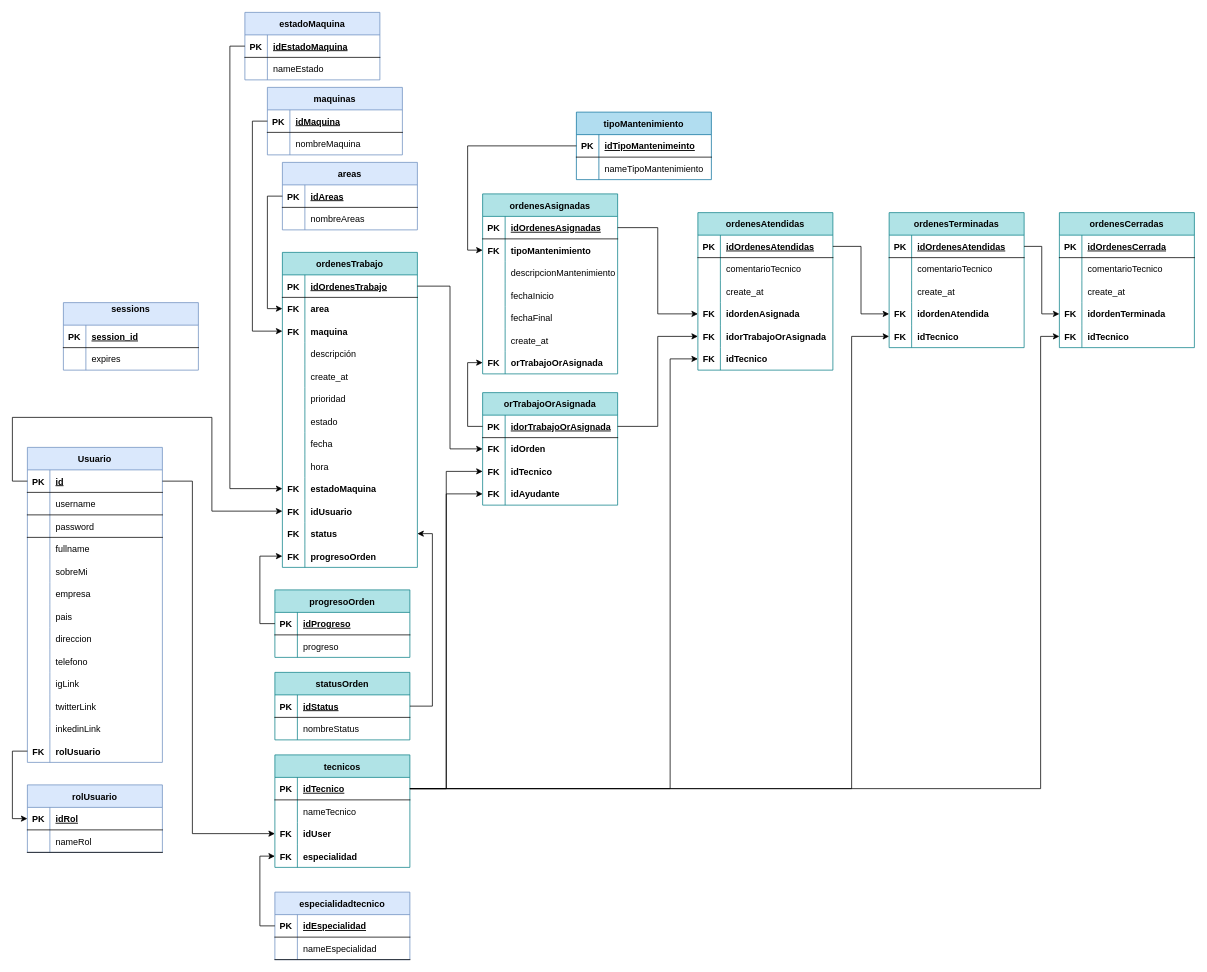
gitbatmanhub/CeroPapel keeps this draw.io diagram as database/bbdd.drawio. Above is the earlier version. Source tidied: cells renumbered, new cells numbered last; positions are measured from the earlier drawing's top-left corner, leaving out a move shared by most shapes. Both pictures are drawn from the tidied source at 75%, with x=0, y=0 at pixel (12, 12).
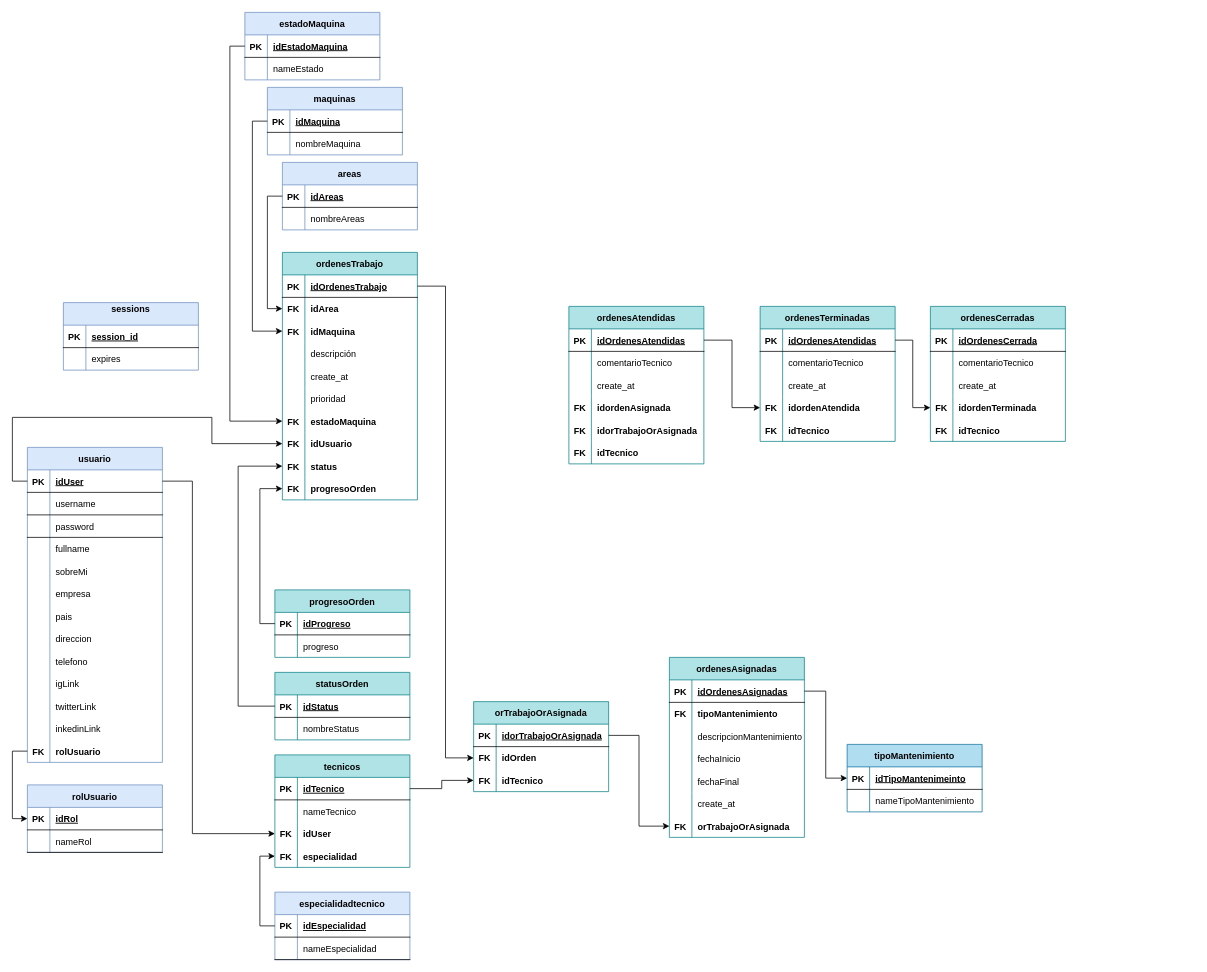
After the change.

Commit message:
Nuevos cambios en tablas pivot bbdd.drawio

The change refers to these unchanged cells:
```xml
<mxCell id="3" style="shape=tableRow;horizontal=0;startSize=0;swimlaneHead=0;swimlaneBody=0;fillColor=none;points=[[0,0.5],[1,0.5]];portConstraint=eastwest;top=0;left=0;right=0;bottom=1;" parent="2" vertex="1">
  <mxGeometry y="30" width="180" height="30" as="geometry" />
</mxCell>
<mxCell id="63" style="shape=tableRow;horizontal=0;startSize=0;swimlaneHead=0;swimlaneBody=0;fillColor=none;points=[[0,0.5],[1,0.5]];portConstraint=eastwest;top=0;left=0;right=0;bottom=0;" parent="59" vertex="1">
  <mxGeometry y="60" width="180" height="30" as="geometry" />
</mxCell>
<mxCell id="66" style="shape=tableRow;horizontal=0;startSize=0;swimlaneHead=0;swimlaneBody=0;fillColor=none;points=[[0,0.5],[1,0.5]];portConstraint=eastwest;top=0;left=0;right=0;bottom=0;" parent="59" vertex="1">
  <mxGeometry y="90" width="180" height="30" as="geometry" />
</mxCell>
<mxCell id="128" style="shape=tableRow;horizontal=0;startSize=0;swimlaneHead=0;swimlaneBody=0;fillColor=none;points=[[0,0.5],[1,0.5]];portConstraint=eastwest;top=0;left=0;right=0;bottom=1;" parent="127" vertex="1">
  <mxGeometry y="30" width="180" height="30" as="geometry" />
</mxCell>
<mxCell id="135" style="shape=tableRow;horizontal=0;startSize=0;swimlaneHead=0;swimlaneBody=0;fillColor=none;points=[[0,0.5],[1,0.5]];portConstraint=eastwest;top=0;left=0;right=0;bottom=1;" parent="134" vertex="1">
  <mxGeometry y="30" width="180" height="30" as="geometry" />
</mxCell>
<mxCell id="142" style="shape=tableRow;horizontal=0;startSize=0;swimlaneHead=0;swimlaneBody=0;fillColor=none;points=[[0,0.5],[1,0.5]];portConstraint=eastwest;top=0;left=0;right=0;bottom=1;" parent="141" vertex="1">
  <mxGeometry y="30" width="180" height="30" as="geometry" />
</mxCell>
<mxCell id="171" style="shape=tableRow;horizontal=0;startSize=0;swimlaneHead=0;swimlaneBody=0;fillColor=none;points=[[0,0.5],[1,0.5]];portConstraint=eastwest;top=0;left=0;right=0;bottom=1;" parent="170" vertex="1">
  <mxGeometry y="30" width="180" height="30" as="geometry" />
</mxCell>
<mxCell id="174" style="shape=tableRow;horizontal=0;startSize=0;swimlaneHead=0;swimlaneBody=0;fillColor=none;points=[[0,0.5],[1,0.5]];portConstraint=eastwest;top=0;left=0;right=0;bottom=0;" parent="170" vertex="1">
  <mxGeometry y="60" width="180" height="30" as="geometry" />
</mxCell>
<mxCell id="189" style="shape=tableRow;horizontal=0;startSize=0;swimlaneHead=0;swimlaneBody=0;fillColor=none;points=[[0,0.5],[1,0.5]];portConstraint=eastwest;top=0;left=0;right=0;bottom=0;fontStyle=1;" parent="170" vertex="1">
  <mxGeometry y="210" width="180" height="30" as="geometry" />
</mxCell>
<mxCell id="193" style="shape=tableRow;horizontal=0;startSize=0;swimlaneHead=0;swimlaneBody=0;fillColor=none;points=[[0,0.5],[1,0.5]];portConstraint=eastwest;top=0;left=0;right=0;bottom=1;" parent="192" vertex="1">
  <mxGeometry y="30" width="180" height="30" as="geometry" />
</mxCell>
<mxCell id="219" style="shape=tableRow;horizontal=0;startSize=0;swimlaneHead=0;swimlaneBody=0;fillColor=none;points=[[0,0.5],[1,0.5]];portConstraint=eastwest;top=0;left=0;right=0;bottom=0;fontStyle=1;" parent="209" vertex="1">
  <mxGeometry y="120" width="180" height="30" as="geometry" />
</mxCell>
<mxCell id="222" style="shape=tableRow;horizontal=0;startSize=0;swimlaneHead=0;swimlaneBody=0;fillColor=none;points=[[0,0.5],[1,0.5]];portConstraint=eastwest;top=0;left=0;right=0;bottom=0;" parent="209" vertex="1">
  <mxGeometry y="150" width="180" height="30" as="geometry" />
</mxCell>
<mxCell id="225" style="shape=tableRow;horizontal=0;startSize=0;swimlaneHead=0;swimlaneBody=0;fillColor=none;points=[[0,0.5],[1,0.5]];portConstraint=eastwest;top=0;left=0;right=0;bottom=0;" parent="209" vertex="1">
  <mxGeometry y="180" width="180" height="30" as="geometry" />
</mxCell>
<mxCell id="244" style="shape=tableRow;horizontal=0;startSize=0;swimlaneHead=0;swimlaneBody=0;fillColor=none;points=[[0,0.5],[1,0.5]];portConstraint=eastwest;top=0;left=0;right=0;bottom=0;fontStyle=1;" parent="231" vertex="1">
  <mxGeometry y="150" width="180" height="30" as="geometry" />
</mxCell>
<mxCell id="261" style="shape=tableRow;horizontal=0;startSize=0;swimlaneHead=0;swimlaneBody=0;fillColor=none;points=[[0,0.5],[1,0.5]];portConstraint=eastwest;top=0;left=0;right=0;bottom=0;fontStyle=1;" parent="248" vertex="1">
  <mxGeometry y="150" width="180" height="30" as="geometry" />
</mxCell>
```

What changed in the source:
```diff
@@
-    <mxCell id="2" value="Usuario" style="shape=table;startSize=30;childLayout=tableLayout;rowLines=0;fontStyle=1;align=center;fillColor=#dae8fc;strokeColor=#6c8ebf;" parent="1" vertex="1">
+    <mxCell id="2" value="usuario" style="shape=table;startSize=30;childLayout=tableLayout;rowLines=0;fontStyle=1;align=center;fillColor=#dae8fc;strokeColor=#6c8ebf;" parent="1" vertex="1">
       <mxGeometry x="20" y="580" width="180" height="420" as="geometry" />
     </mxCell>
@@
-    <mxCell id="5" value="id" style="shape=partialRectangle;fillColor=none;top=0;left=0;bottom=0;right=0;align=left;spacingLeft=6;fontStyle=5;overflow=hidden;" parent="3" vertex="1">
+    <mxCell id="5" value="idUser" style="shape=partialRectangle;fillColor=none;top=0;left=0;bottom=0;right=0;align=left;spacingLeft=6;fontStyle=5;overflow=hidden;" parent="3" vertex="1">
       <mxGeometry x="30" width="150" height="30" as="geometry" />
     </mxCell>
@@
     <mxCell id="59" value="ordenesTrabajo" style="shape=table;startSize=30;childLayout=tableLayout;rowLines=0;fontStyle=1;align=center;fillColor=#b0e3e6;strokeColor=#0e8088;" parent="1" vertex="1">
-      <mxGeometry x="360" y="320" width="180" height="420" as="geometry" />
+      <mxGeometry x="360" y="320" width="180" height="330" as="geometry" />
     </mxCell>
@@
-    <mxCell id="65" value="area" style="shape=partialRectangle;fillColor=none;top=0;left=0;bottom=0;right=0;align=left;spacingLeft=6;overflow=hidden;fontStyle=1;" parent="63" vertex="1">
+    <mxCell id="65" value="idArea" style="shape=partialRectangle;fillColor=none;top=0;left=0;bottom=0;right=0;align=left;spacingLeft=6;overflow=hidden;fontStyle=1;" parent="63" vertex="1">
       <mxGeometry x="30" width="150" height="30" as="geometry" />
     </mxCell>
@@
-    <mxCell id="68" value="maquina" style="shape=partialRectangle;fillColor=none;top=0;left=0;bottom=0;right=0;align=left;spacingLeft=6;overflow=hidden;fontStyle=1;" parent="66" vertex="1">
+    <mxCell id="68" value="idMaquina" style="shape=partialRectangle;fillColor=none;top=0;left=0;bottom=0;right=0;align=left;spacingLeft=6;overflow=hidden;fontStyle=1;" parent="66" vertex="1">
       <mxGeometry x="30" width="150" height="30" as="geometry" />
     </mxCell>
@@
-    <mxCell id="78" style="shape=tableRow;horizontal=0;startSize=0;swimlaneHead=0;swimlaneBody=0;fillColor=none;top=0;left=0;right=0;bottom=0;" parent="59" vertex="1">
-      <mxGeometry y="210" width="180" height="30" as="geometry" />
-    </mxCell>
-    <mxCell id="79" style="shape=partialRectangle;fillColor=none;top=0;left=0;bottom=0;right=0;overflow=hidden;" parent="78" vertex="1">
-      <mxGeometry width="30" height="30" as="geometry" />
-    </mxCell>
-    <mxCell id="80" value="estado" style="shape=partialRectangle;fillColor=none;top=0;left=0;bottom=0;right=0;align=left;spacingLeft=6;overflow=hidden;" parent="78" vertex="1">
-      <mxGeometry x="30" width="150" height="30" as="geometry" />
-    </mxCell>
-    <mxCell id="81" style="shape=tableRow;horizontal=0;startSize=0;swimlaneHead=0;swimlaneBody=0;fillColor=none;top=0;left=0;right=0;bottom=0;" parent="59" vertex="1">
-      <mxGeometry y="240" width="180" height="30" as="geometry" />
-    </mxCell>
-    <mxCell id="82" style="shape=partialRectangle;fillColor=none;top=0;left=0;bottom=0;right=0;overflow=hidden;" parent="81" vertex="1">
-      <mxGeometry width="30" height="30" as="geometry" />
-    </mxCell>
-    <mxCell id="83" value="fecha" style="shape=partialRectangle;fillColor=none;top=0;left=0;bottom=0;right=0;align=left;spacingLeft=6;overflow=hidden;" parent="81" vertex="1">
-      <mxGeometry x="30" width="150" height="30" as="geometry" />
-    </mxCell>
-    <mxCell id="84" style="shape=tableRow;horizontal=0;startSize=0;swimlaneHead=0;swimlaneBody=0;fillColor=none;top=0;left=0;right=0;bottom=0;" parent="59" vertex="1">
-      <mxGeometry y="270" width="180" height="30" as="geometry" />
-    </mxCell>
-    <mxCell id="85" style="shape=partialRectangle;fillColor=none;top=0;left=0;bottom=0;right=0;overflow=hidden;" parent="84" vertex="1">
-      <mxGeometry width="30" height="30" as="geometry" />
-    </mxCell>
-    <mxCell id="86" value="hora" style="shape=partialRectangle;fillColor=none;top=0;left=0;bottom=0;right=0;align=left;spacingLeft=6;overflow=hidden;" parent="84" vertex="1">
-      <mxGeometry x="30" width="150" height="30" as="geometry" />
-    </mxCell>
     <mxCell id="87" style="shape=tableRow;horizontal=0;startSize=0;swimlaneHead=0;swimlaneBody=0;fillColor=none;points=[[0,0.5],[1,0.5]];portConstraint=eastwest;top=0;left=0;right=0;bottom=0;" parent="59" vertex="1">
-      <mxGeometry y="300" width="180" height="30" as="geometry" />
+      <mxGeometry y="210" width="180" height="30" as="geometry" />
     </mxCell>
@@
     <mxCell id="90" style="shape=tableRow;horizontal=0;startSize=0;swimlaneHead=0;swimlaneBody=0;fillColor=none;points=[[0,0.5],[1,0.5]];portConstraint=eastwest;top=0;left=0;right=0;bottom=0;" parent="59" vertex="1">
-      <mxGeometry y="330" width="180" height="30" as="geometry" />
+      <mxGeometry y="240" width="180" height="30" as="geometry" />
     </mxCell>
@@
     <mxCell id="93" style="shape=tableRow;horizontal=0;startSize=0;swimlaneHead=0;swimlaneBody=0;fillColor=none;points=[[0,0.5],[1,0.5]];portConstraint=eastwest;top=0;left=0;right=0;bottom=0;" parent="59" vertex="1">
-      <mxGeometry y="360" width="180" height="30" as="geometry" />
+      <mxGeometry y="270" width="180" height="30" as="geometry" />
     </mxCell>
@@
     <mxCell id="96" style="shape=tableRow;horizontal=0;startSize=0;swimlaneHead=0;swimlaneBody=0;fillColor=none;points=[[0,0.5],[1,0.5]];portConstraint=eastwest;top=0;left=0;right=0;bottom=0;" parent="59" vertex="1">
-      <mxGeometry y="390" width="180" height="30" as="geometry" />
+      <mxGeometry y="300" width="180" height="30" as="geometry" />
     </mxCell>
@@
     <mxCell id="134" value="tipoMantenimiento" style="shape=table;startSize=30;childLayout=tableLayout;rowLines=0;fontStyle=1;align=center;fillColor=#b1ddf0;strokeColor=#10739e;" parent="1" vertex="1">
-      <mxGeometry x="752" y="133" width="180" height="90" as="geometry" />
+      <mxGeometry x="1113" y="976" width="180" height="90" as="geometry" />
     </mxCell>
@@
     <mxCell id="164" style="edgeStyle=orthogonalEdgeStyle;rounded=0;jettySize=auto;html=1;exitX=0;exitY=0.5;exitDx=0;exitDy=0;entryX=0;entryY=0.5;entryDx=0;entryDy=0;" parent="1" edge="1" source="3" target="90">
       <mxGeometry relative="1" as="geometry">
         <Array as="points">
           <mxPoint y="625" />
           <mxPoint y="540" />
           <mxPoint x="266" y="540" />
-          <mxPoint x="266" y="665" />
+          <mxPoint x="266" y="575" />
         </Array>
       </mxGeometry>
     </mxCell>
@@
-    <mxCell id="169" style="edgeStyle=orthogonalEdgeStyle;rounded=0;jettySize=auto;html=1;exitX=1;exitY=0.5;exitDx=0;exitDy=0;entryX=1;entryY=0.5;entryDx=0;entryDy=0;" parent="1" edge="1" source="128" target="93">
-      <mxGeometry relative="1" as="geometry" />
+    <mxCell id="169" style="edgeStyle=orthogonalEdgeStyle;rounded=0;jettySize=auto;html=1;exitX=0;exitY=0.5;exitDx=0;exitDy=0;entryX=0;entryY=0.5;entryDx=0;entryDy=0;" parent="1" edge="1" source="128" target="93">
+      <mxGeometry relative="1" as="geometry">
+        <Array as="points">
+          <mxPoint x="301" y="925" />
+          <mxPoint x="301" y="605" />
+        </Array>
+      </mxGeometry>
     </mxCell>
     <mxCell id="170" value="ordenesAsignadas" style="shape=table;startSize=30;childLayout=tableLayout;rowLines=0;fontStyle=1;align=center;fillColor=#b0e3e6;strokeColor=#0e8088;" parent="1" vertex="1">
-      <mxGeometry x="627" y="242" width="180" height="240" as="geometry" />
+      <mxGeometry x="876" y="860" width="180" height="240" as="geometry" />
     </mxCell>
@@
     <mxCell id="192" value="orTrabajoOrAsignada" style="shape=table;startSize=30;childLayout=tableLayout;rowLines=0;fontStyle=1;align=center;fillColor=#b0e3e6;strokeColor=#0e8088;" parent="1" vertex="1">
-      <mxGeometry x="627" y="507" width="180" height="150" as="geometry" />
+      <mxGeometry x="615" y="919" width="180" height="120" as="geometry" />
     </mxCell>
@@
-    <mxCell id="202" style="shape=tableRow;horizontal=0;startSize=0;swimlaneHead=0;swimlaneBody=0;fillColor=none;points=[[0,0.5],[1,0.5]];portConstraint=eastwest;top=0;left=0;right=0;bottom=0;fontStyle=1;" parent="192" vertex="1">
-      <mxGeometry y="120" width="180" height="30" as="geometry" />
-    </mxCell>
-    <mxCell id="203" value="FK" style="shape=partialRectangle;fillColor=none;top=0;left=0;bottom=0;right=0;overflow=hidden;fontStyle=1;" parent="202" vertex="1">
-      <mxGeometry width="30" height="30" as="geometry" />
-    </mxCell>
-    <mxCell id="204" value="idAyudante" style="shape=partialRectangle;fillColor=none;top=0;left=0;bottom=0;right=0;align=left;spacingLeft=6;overflow=hidden;fontStyle=1;" parent="202" vertex="1">
-      <mxGeometry x="30" width="150" height="30" as="geometry" />
-    </mxCell>
@@
-    <mxCell id="206" style="edgeStyle=orthogonalEdgeStyle;rounded=0;jettySize=auto;html=1;" parent="1" edge="1" source="142" target="202">
-      <mxGeometry relative="1" as="geometry" />
-    </mxCell>
@@
-    <mxCell id="208" style="edgeStyle=orthogonalEdgeStyle;rounded=0;jettySize=auto;html=1;exitX=0;exitY=0.5;exitDx=0;exitDy=0;entryX=0;entryY=0.5;entryDx=0;entryDy=0;" parent="1" edge="1" source="193" target="189">
-      <mxGeometry relative="1" as="geometry" />
-    </mxCell>
     <mxCell id="209" value="ordenesAtendidas" style="shape=table;startSize=30;childLayout=tableLayout;rowLines=0;fontStyle=1;align=center;fillColor=#b0e3e6;strokeColor=#0e8088;" parent="1" vertex="1">
-      <mxGeometry x="914" y="267" width="180" height="210" as="geometry" />
+      <mxGeometry x="742" y="392" width="180" height="210" as="geometry" />
     </mxCell>
@@
-    <mxCell id="228" style="edgeStyle=orthogonalEdgeStyle;rounded=0;jettySize=auto;html=1;exitX=0;exitY=0.5;exitDx=0;exitDy=0;entryX=0;entryY=0.5;entryDx=0;entryDy=0;" parent="1" edge="1" source="135" target="174">
-      <mxGeometry relative="1" as="geometry" />
-    </mxCell>
-    <mxCell id="229" style="edgeStyle=orthogonalEdgeStyle;rounded=0;jettySize=auto;html=1;exitX=1;exitY=0.5;exitDx=0;exitDy=0;" parent="1" edge="1" source="171" target="219">
-      <mxGeometry relative="1" as="geometry" />
-    </mxCell>
-    <mxCell id="230" style="edgeStyle=orthogonalEdgeStyle;rounded=0;jettySize=auto;html=1;exitX=1;exitY=0.5;exitDx=0;exitDy=0;" parent="1" edge="1" source="193" target="222">
-      <mxGeometry relative="1" as="geometry" />
-    </mxCell>
     <mxCell id="231" value="ordenesTerminadas" style="shape=table;startSize=30;childLayout=tableLayout;rowLines=0;fontStyle=1;align=center;fillColor=#b0e3e6;strokeColor=#0e8088;" parent="1" vertex="1">
-      <mxGeometry x="1169" y="267" width="180" height="180" as="geometry" />
+      <mxGeometry x="997" y="392" width="180" height="180" as="geometry" />
     </mxCell>
@@
     <mxCell id="248" value="ordenesCerradas" style="shape=table;startSize=30;childLayout=tableLayout;rowLines=0;fontStyle=1;align=center;fillColor=#b0e3e6;strokeColor=#0e8088;" parent="1" vertex="1">
-      <mxGeometry x="1396" y="267" width="180" height="180" as="geometry" />
+      <mxGeometry x="1224" y="392" width="180" height="180" as="geometry" />
     </mxCell>
@@
-    <mxCell id="265" style="edgeStyle=orthogonalEdgeStyle;rounded=0;jettySize=auto;html=1;exitX=1;exitY=0.5;exitDx=0;exitDy=0;entryX=0;entryY=0.5;entryDx=0;entryDy=0;" parent="1" edge="1" source="142" target="225">
-      <mxGeometry relative="1" as="geometry">
-        <Array as="points">
-          <mxPoint x="877" y="1035" />
-          <mxPoint x="877" y="462" />
-        </Array>
-      </mxGeometry>
-    </mxCell>
-    <mxCell id="266" style="edgeStyle=orthogonalEdgeStyle;rounded=0;jettySize=auto;html=1;exitX=1;exitY=0.5;exitDx=0;exitDy=0;" parent="1" edge="1" source="142" target="244">
-      <mxGeometry relative="1" as="geometry">
-        <Array as="points">
-          <mxPoint x="1119" y="1035" />
-          <mxPoint x="1119" y="432" />
-        </Array>
-      </mxGeometry>
-    </mxCell>
-    <mxCell id="267" style="edgeStyle=orthogonalEdgeStyle;rounded=0;jettySize=auto;html=1;exitX=1;exitY=0.5;exitDx=0;exitDy=0;entryX=0;entryY=0.5;entryDx=0;entryDy=0;" parent="1" edge="1" source="142" target="261">
-      <mxGeometry relative="1" as="geometry">
-        <Array as="points">
-          <mxPoint x="1371" y="1035" />
-          <mxPoint x="1371" y="432" />
-        </Array>
-      </mxGeometry>
-    </mxCell>
+    <mxCell id="208" style="edgeStyle=orthogonalEdgeStyle;rounded=0;jettySize=auto;html=1;exitX=1;exitY=0.5;exitDx=0;exitDy=0;entryX=0;entryY=0.5;entryDx=0;entryDy=0;" parent="1" edge="1" source="193" target="189">
+      <mxGeometry relative="1" as="geometry" />
+    </mxCell>
+    <mxCell id="268" style="edgeStyle=orthogonalEdgeStyle;rounded=0;jettySize=auto;html=1;exitX=1;exitY=0.5;exitDx=0;exitDy=0;entryX=0;entryY=0.5;entryDx=0;entryDy=0;" parent="1" edge="1" source="171" target="134">
+      <mxGeometry relative="1" as="geometry" />
+    </mxCell>
```
